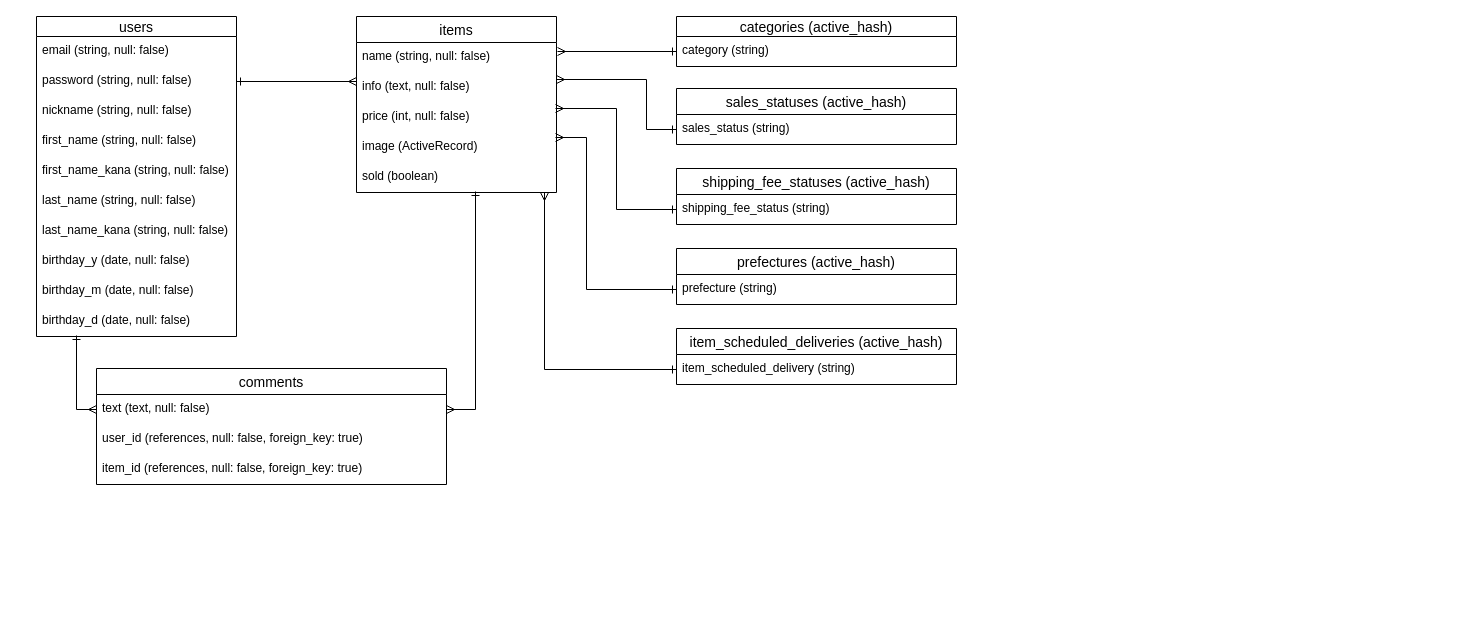
This is ER.drawio from shun915a/furima-32513, a draw.io file, before an edit. Source tidied: cells renumbered, new cells numbered last; positions are measured from the earlier drawing's top-left corner, leaving out a move shared by most shapes. Both pictures are drawn from the tidied source at 100%, with x=0, y=0 at pixel (36, 16).
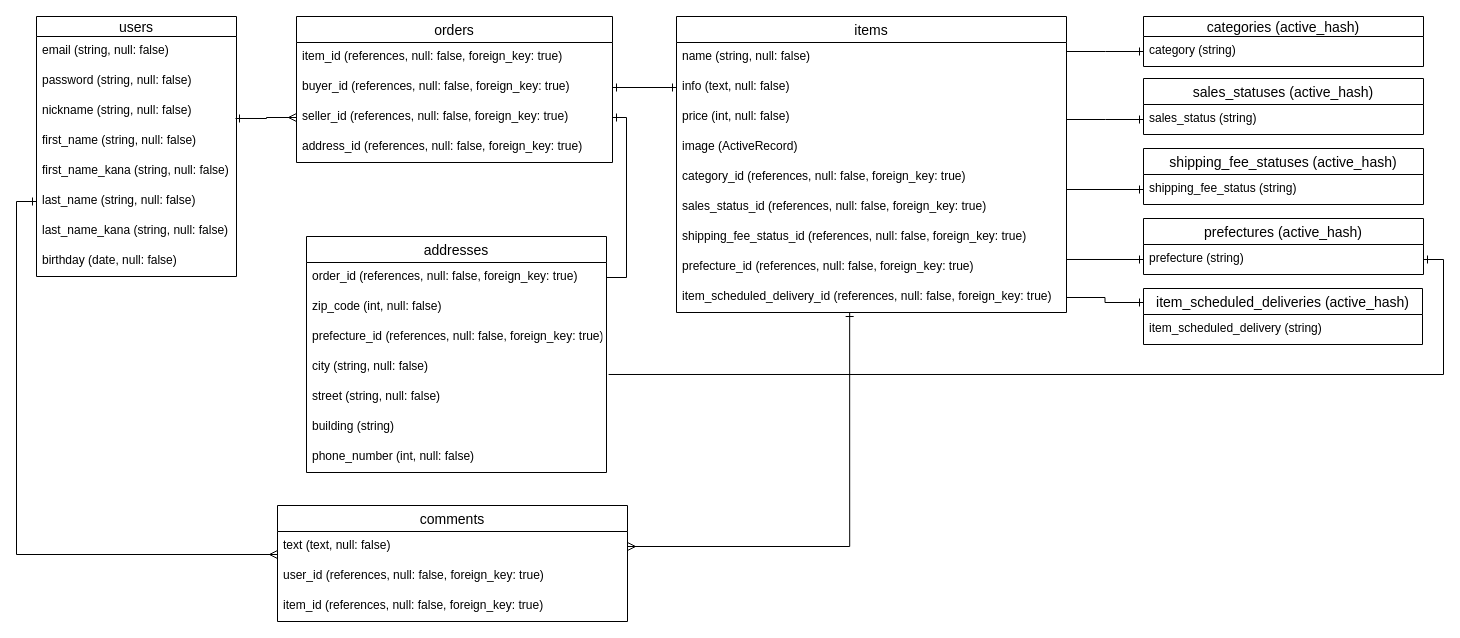
The same page after the edit.

Commit message (it also covers changes not shown here):
orders, addressesテーブルの追加

Unchanged cells that the change refers to:
```xml
<mxCell id="4" value="password (string, null: false)" style="text;strokeColor=none;fillColor=none;spacingLeft=4;spacingRight=4;overflow=hidden;points=[[0,0.5],[1,0.5]];portConstraint=eastwest;fontSize=12;" parent="2" vertex="1">
  <mxGeometry y="50" width="200" height="30" as="geometry" />
</mxCell>
<mxCell id="5" value="nickname (string, null: false)" style="text;strokeColor=none;fillColor=none;spacingLeft=4;spacingRight=4;overflow=hidden;points=[[0,0.5],[1,0.5]];portConstraint=eastwest;fontSize=12;" parent="2" vertex="1">
  <mxGeometry y="80" width="200" height="30" as="geometry" />
</mxCell>
<mxCell id="8" value="last_name (string, null: false)" style="text;strokeColor=none;fillColor=none;spacingLeft=4;spacingRight=4;overflow=hidden;points=[[0,0.5],[1,0.5]];portConstraint=eastwest;fontSize=12;" parent="2" vertex="1">
  <mxGeometry y="170" width="200" height="30" as="geometry" />
</mxCell>
<mxCell id="20" value="text (text, null: false)" style="text;strokeColor=none;fillColor=none;spacingLeft=4;spacingRight=4;overflow=hidden;points=[[0,0.5],[1,0.5]];portConstraint=eastwest;fontSize=12;" parent="19" vertex="1">
  <mxGeometry y="26" width="350" height="30" as="geometry" />
</mxCell>
<mxCell id="24" value="category (string)" style="text;strokeColor=none;fillColor=none;spacingLeft=4;spacingRight=4;overflow=hidden;points=[[0,0.5],[1,0.5]];portConstraint=eastwest;fontSize=12;" parent="23" vertex="1">
  <mxGeometry y="20" width="280" height="30" as="geometry" />
</mxCell>
<mxCell id="26" value="sales_status (string)" style="text;strokeColor=none;fillColor=none;spacingLeft=4;spacingRight=4;overflow=hidden;points=[[0,0.5],[1,0.5]];portConstraint=eastwest;fontSize=12;" parent="25" vertex="1">
  <mxGeometry y="26" width="280" height="30" as="geometry" />
</mxCell>
<mxCell id="28" value="shipping_fee_status (string)" style="text;strokeColor=none;fillColor=none;spacingLeft=4;spacingRight=4;overflow=hidden;points=[[0,0.5],[1,0.5]];portConstraint=eastwest;fontSize=12;" parent="27" vertex="1">
  <mxGeometry y="26" width="280" height="30" as="geometry" />
</mxCell>
<mxCell id="30" value="prefecture (string)" style="text;strokeColor=none;fillColor=none;spacingLeft=4;spacingRight=4;overflow=hidden;points=[[0,0.5],[1,0.5]];portConstraint=eastwest;fontSize=12;" parent="29" vertex="1">
  <mxGeometry y="26" width="280" height="30" as="geometry" />
</mxCell>
```

Change to the diagram source:
```diff
@@
     <mxCell id="2" value="users" style="swimlane;fontStyle=0;horizontal=1;startSize=20;align=center;fontSize=14;" parent="1" vertex="1">
-      <mxGeometry width="200" height="320" as="geometry" />
+      <mxGeometry width="200" height="260" as="geometry" />
     </mxCell>
@@
-    <mxCell id="10" value="birthday_y (date, null: false)" style="text;strokeColor=none;fillColor=none;spacingLeft=4;spacingRight=4;overflow=hidden;fontSize=12;" parent="2" vertex="1">
+    <mxCell id="10" value="birthday (date, null: false)" style="text;strokeColor=none;fillColor=none;spacingLeft=4;spacingRight=4;overflow=hidden;fontSize=12;" parent="2" vertex="1">
       <mxGeometry y="230" width="200" height="30" as="geometry" />
     </mxCell>
-    <mxCell id="11" value="birthday_m (date, null: false)" style="text;strokeColor=none;fillColor=none;spacingLeft=4;spacingRight=4;overflow=hidden;fontSize=12;" parent="2" vertex="1">
-      <mxGeometry y="260" width="200" height="30" as="geometry" />
-    </mxCell>
-    <mxCell id="12" value="birthday_d (date, null: false)" style="text;strokeColor=none;fillColor=none;spacingLeft=4;spacingRight=4;overflow=hidden;points=[[0,0.5],[1,0.5]];portConstraint=eastwest;fontSize=12;" parent="2" vertex="1">
-      <mxGeometry y="290" width="200" height="30" as="geometry" />
-    </mxCell>
     <mxCell id="13" value="items" style="swimlane;fontStyle=0;horizontal=1;startSize=26;align=center;fontSize=14;" parent="1" vertex="1">
-      <mxGeometry x="320" width="200" height="176" as="geometry" />
+      <mxGeometry x="640" width="390" height="296" as="geometry" />
     </mxCell>
     <mxCell id="14" value="name (string, null: false)" style="text;strokeColor=none;fillColor=none;spacingLeft=4;spacingRight=4;overflow=hidden;points=[[0,0.5],[1,0.5]];portConstraint=eastwest;fontSize=12;" parent="13" vertex="1">
-      <mxGeometry y="26" width="200" height="30" as="geometry" />
+      <mxGeometry y="26" width="390" height="30" as="geometry" />
     </mxCell>
     <mxCell id="15" value="info (text, null: false)" style="text;strokeColor=none;fillColor=none;spacingLeft=4;spacingRight=4;overflow=hidden;points=[[0,0.5],[1,0.5]];portConstraint=eastwest;fontSize=12;" parent="13" vertex="1">
-      <mxGeometry y="56" width="200" height="30" as="geometry" />
+      <mxGeometry y="56" width="390" height="30" as="geometry" />
     </mxCell>
     <mxCell id="16" value="price (int, null: false)" style="text;strokeColor=none;fillColor=none;spacingLeft=4;spacingRight=4;overflow=hidden;points=[[0,0.5],[1,0.5]];portConstraint=eastwest;fontSize=12;" parent="13" vertex="1">
-      <mxGeometry y="86" width="200" height="30" as="geometry" />
+      <mxGeometry y="86" width="390" height="30" as="geometry" />
     </mxCell>
     <mxCell id="17" value="image (ActiveRecord)" style="text;strokeColor=none;fillColor=none;spacingLeft=4;spacingRight=4;overflow=hidden;points=[[0,0.5],[1,0.5]];portConstraint=eastwest;fontSize=12;" parent="13" vertex="1">
-      <mxGeometry y="116" width="200" height="30" as="geometry" />
+      <mxGeometry y="116" width="390" height="30" as="geometry" />
     </mxCell>
-    <mxCell id="18" value="sold (boolean)" style="text;strokeColor=none;fillColor=none;spacingLeft=4;spacingRight=4;overflow=hidden;points=[[0,0.5],[1,0.5]];portConstraint=eastwest;fontSize=12;" parent="13" vertex="1">
-      <mxGeometry y="146" width="200" height="30" as="geometry" />
-    </mxCell>
+    <mxCell id="41" value="category_id (references, null: false, foreign_key: true)" style="text;strokeColor=none;fillColor=none;spacingLeft=4;spacingRight=4;overflow=hidden;points=[[0,0.5],[1,0.5]];portConstraint=eastwest;fontSize=12;" parent="13" vertex="1">
+      <mxGeometry y="146" width="390" height="30" as="geometry" />
+    </mxCell>
+    <mxCell id="42" value="sales_status_id (references, null: false, foreign_key: true)" style="text;strokeColor=none;fillColor=none;spacingLeft=4;spacingRight=4;overflow=hidden;fontSize=12;" parent="13" vertex="1">
+      <mxGeometry y="176" width="390" height="30" as="geometry" />
+    </mxCell>
+    <mxCell id="43" value="shipping_fee_status_id (references, null: false, foreign_key: true)" style="text;strokeColor=none;fillColor=none;spacingLeft=4;spacingRight=4;overflow=hidden;fontSize=12;" parent="13" vertex="1">
+      <mxGeometry y="206" width="390" height="30" as="geometry" />
+    </mxCell>
+    <mxCell id="44" value="prefecture_id (references, null: false, foreign_key: true)" style="text;strokeColor=none;fillColor=none;spacingLeft=4;spacingRight=4;overflow=hidden;points=[[0,0.5],[1,0.5]];portConstraint=eastwest;fontSize=12;" parent="13" vertex="1">
+      <mxGeometry y="236" width="390" height="30" as="geometry" />
+    </mxCell>
+    <mxCell id="45" value="item_scheduled_delivery_id (references, null: false, foreign_key: true)" style="text;strokeColor=none;fillColor=none;spacingLeft=4;spacingRight=4;overflow=hidden;points=[[0,0.5],[1,0.5]];portConstraint=eastwest;fontSize=12;" parent="13" vertex="1">
+      <mxGeometry y="266" width="390" height="30" as="geometry" />
+    </mxCell>
     <mxCell id="19" value="comments" style="swimlane;fontStyle=0;horizontal=1;startSize=26;align=center;fontSize=14;" parent="1" vertex="1">
-      <mxGeometry x="60" y="352" width="350" height="116" as="geometry" />
+      <mxGeometry x="241" y="489" width="350" height="116" as="geometry" />
     </mxCell>
@@
     <mxCell id="23" value="categories (active_hash)" style="swimlane;fontStyle=0;horizontal=1;startSize=20;align=center;fontSize=14;" parent="1" vertex="1">
-      <mxGeometry x="640" width="280" height="50" as="geometry" />
+      <mxGeometry x="1107" width="280" height="50" as="geometry" />
     </mxCell>
@@
     <mxCell id="25" value="sales_statuses (active_hash)" style="swimlane;fontStyle=0;horizontal=1;startSize=26;align=center;fontSize=14;" parent="1" vertex="1">
-      <mxGeometry x="640" y="72" width="280" height="56" as="geometry" />
+      <mxGeometry x="1107" y="62" width="280" height="56" as="geometry" />
     </mxCell>
@@
     <mxCell id="27" value="shipping_fee_statuses (active_hash)" style="swimlane;fontStyle=0;horizontal=1;startSize=26;align=center;fontSize=14;" parent="1" vertex="1">
-      <mxGeometry x="640" y="152" width="280" height="56" as="geometry" />
+      <mxGeometry x="1107" y="132" width="280" height="56" as="geometry" />
     </mxCell>
@@
     <mxCell id="29" value="prefectures (active_hash)" style="swimlane;fontStyle=0;horizontal=1;startSize=26;align=center;fontSize=14;" parent="1" vertex="1">
-      <mxGeometry x="640" y="232" width="280" height="56" as="geometry" />
+      <mxGeometry x="1107" y="202" width="280" height="56" as="geometry" />
     </mxCell>
@@
     <mxCell id="31" value="item_scheduled_deliveries (active_hash)" style="swimlane;fontStyle=0;horizontal=1;startSize=26;align=center;fontSize=14;" parent="1" vertex="1">
-      <mxGeometry x="640" y="312" width="280" height="56" as="geometry" />
+      <mxGeometry x="1107" y="272" width="279" height="56" as="geometry" />
     </mxCell>
     <mxCell id="32" value="item_scheduled_delivery (string)" style="text;strokeColor=none;fillColor=none;spacingLeft=4;spacingRight=4;overflow=hidden;points=[[0,0.5],[1,0.5]];portConstraint=eastwest;fontSize=12;" parent="31" vertex="1">
-      <mxGeometry y="26" width="280" height="30" as="geometry" />
+      <mxGeometry y="26" width="279" height="30" as="geometry" />
     </mxCell>
-    <mxCell id="33" style="edgeStyle=orthogonalEdgeStyle;rounded=0;jettySize=auto;html=1;exitX=0;exitY=0.5;exitDx=0;exitDy=0;entryX=1.005;entryY=0.3;entryDx=0;entryDy=0;entryPerimeter=0;startArrow=ERone;startFill=0;endArrow=ERmany;endFill=0;" parent="1" edge="1" source="24" target="14">
-      <mxGeometry relative="1" as="geometry" />
-    </mxCell>
-    <mxCell id="34" style="edgeStyle=orthogonalEdgeStyle;rounded=0;jettySize=auto;html=1;exitX=0;exitY=0.5;exitDx=0;exitDy=0;endArrow=ERmany;endFill=0;startArrow=ERone;startFill=0;" parent="1" edge="1" source="26">
-      <mxGeometry relative="1" as="geometry">
-        <mxPoint x="520" y="63" as="targetPoint" />
-        <Array as="points">
-          <mxPoint x="610" y="113" />
-          <mxPoint x="610" y="63" />
-        </Array>
-      </mxGeometry>
-    </mxCell>
-    <mxCell id="35" style="edgeStyle=orthogonalEdgeStyle;rounded=0;jettySize=auto;html=1;exitX=0;exitY=0.5;exitDx=0;exitDy=0;entryX=0.995;entryY=0.2;entryDx=0;entryDy=0;entryPerimeter=0;endArrow=ERmany;endFill=0;startArrow=ERone;startFill=0;" parent="1" edge="1" source="28" target="16">
-      <mxGeometry relative="1" as="geometry" />
-    </mxCell>
-    <mxCell id="36" style="edgeStyle=orthogonalEdgeStyle;rounded=0;jettySize=auto;html=1;exitX=0;exitY=0.5;exitDx=0;exitDy=0;entryX=0.995;entryY=0.167;entryDx=0;entryDy=0;entryPerimeter=0;endArrow=ERmany;endFill=0;startArrow=ERone;startFill=0;" parent="1" edge="1" source="30" target="17">
-      <mxGeometry relative="1" as="geometry">
-        <Array as="points">
-          <mxPoint x="550" y="273" />
-          <mxPoint x="550" y="121" />
-        </Array>
-      </mxGeometry>
-    </mxCell>
-    <mxCell id="37" style="edgeStyle=orthogonalEdgeStyle;rounded=0;jettySize=auto;html=1;exitX=0;exitY=0.5;exitDx=0;exitDy=0;entryX=0.94;entryY=1;entryDx=0;entryDy=0;entryPerimeter=0;endArrow=ERmany;endFill=0;startArrow=ERone;startFill=0;" parent="1" edge="1" source="32" target="18">
-      <mxGeometry relative="1" as="geometry" />
-    </mxCell>
-    <mxCell id="38" style="edgeStyle=orthogonalEdgeStyle;rounded=0;jettySize=auto;html=1;exitX=1;exitY=0.5;exitDx=0;exitDy=0;entryX=0;entryY=0.3;entryDx=0;entryDy=0;entryPerimeter=0;startArrow=ERone;startFill=0;endArrow=ERmany;endFill=0;" parent="1" edge="1" source="4" target="15">
-      <mxGeometry relative="1" as="geometry" />
-    </mxCell>
-    <mxCell id="39" style="edgeStyle=orthogonalEdgeStyle;rounded=0;jettySize=auto;html=1;exitX=0;exitY=0.5;exitDx=0;exitDy=0;entryX=0.2;entryY=0.967;entryDx=0;entryDy=0;entryPerimeter=0;startArrow=ERmany;startFill=0;endArrow=ERone;endFill=0;" parent="1" edge="1" source="20" target="12">
-      <mxGeometry relative="1" as="geometry" />
-    </mxCell>
-    <mxCell id="40" style="edgeStyle=orthogonalEdgeStyle;rounded=0;jettySize=auto;html=1;exitX=1;exitY=0.5;exitDx=0;exitDy=0;entryX=0.595;entryY=0.967;entryDx=0;entryDy=0;entryPerimeter=0;startArrow=ERmany;startFill=0;endArrow=ERone;endFill=0;" parent="1" edge="1" source="20" target="18">
-      <mxGeometry relative="1" as="geometry" />
-    </mxCell>
+    <mxCell id="46" value="orders" style="swimlane;fontStyle=0;horizontal=1;startSize=26;align=center;fontSize=14;" parent="1" vertex="1">
+      <mxGeometry x="260" width="316" height="146" as="geometry" />
+    </mxCell>
+    <mxCell id="47" value="item_id (references, null: false, foreign_key: true)" style="text;strokeColor=none;fillColor=none;spacingLeft=4;spacingRight=4;overflow=hidden;fontSize=12;" parent="46" vertex="1">
+      <mxGeometry y="26" width="316" height="30" as="geometry" />
+    </mxCell>
+    <mxCell id="48" value="buyer_id (references, null: false, foreign_key: true)" style="text;strokeColor=none;fillColor=none;spacingLeft=4;spacingRight=4;overflow=hidden;points=[[0,0.5],[1,0.5]];portConstraint=eastwest;fontSize=12;" parent="46" vertex="1">
+      <mxGeometry y="56" width="316" height="30" as="geometry" />
+    </mxCell>
+    <mxCell id="49" value="seller_id (references, null: false, foreign_key: true)" style="text;strokeColor=none;fillColor=none;spacingLeft=4;spacingRight=4;overflow=hidden;points=[[0,0.5],[1,0.5]];portConstraint=eastwest;fontSize=12;" parent="46" vertex="1">
+      <mxGeometry y="86" width="316" height="30" as="geometry" />
+    </mxCell>
+    <mxCell id="50" value="address_id (references, null: false, foreign_key: true)" style="text;strokeColor=none;fillColor=none;spacingLeft=4;spacingRight=4;overflow=hidden;fontSize=12;" parent="46" vertex="1">
+      <mxGeometry y="116" width="316" height="30" as="geometry" />
+    </mxCell>
+    <mxCell id="51" value="addresses" style="swimlane;fontStyle=0;horizontal=1;startSize=26;align=center;fontSize=14;" parent="1" vertex="1">
+      <mxGeometry x="270" y="220" width="300" height="236" as="geometry" />
+    </mxCell>
+    <mxCell id="52" value="order_id (references, null: false, foreign_key: true)" style="text;strokeColor=none;fillColor=none;spacingLeft=4;spacingRight=4;overflow=hidden;points=[[0,0.5],[1,0.5]];portConstraint=eastwest;fontSize=12;" parent="51" vertex="1">
+      <mxGeometry y="26" width="300" height="30" as="geometry" />
+    </mxCell>
+    <mxCell id="53" value="zip_code (int, null: false)" style="text;strokeColor=none;fillColor=none;spacingLeft=4;spacingRight=4;overflow=hidden;fontSize=12;" parent="51" vertex="1">
+      <mxGeometry y="56" width="300" height="30" as="geometry" />
+    </mxCell>
+    <mxCell id="54" value="prefecture_id (references, null: false, foreign_key: true)" style="text;strokeColor=none;fillColor=none;spacingLeft=4;spacingRight=4;overflow=hidden;fontSize=12;" parent="51" vertex="1">
+      <mxGeometry y="86" width="300" height="30" as="geometry" />
+    </mxCell>
+    <mxCell id="55" value="city (string, null: false)" style="text;strokeColor=none;fillColor=none;spacingLeft=4;spacingRight=4;overflow=hidden;points=[[0,0.5],[1,0.5]];portConstraint=eastwest;fontSize=12;" parent="51" vertex="1">
+      <mxGeometry y="116" width="300" height="30" as="geometry" />
+    </mxCell>
+    <mxCell id="56" value="street (string, null: false)" style="text;strokeColor=none;fillColor=none;spacingLeft=4;spacingRight=4;overflow=hidden;fontSize=12;" parent="51" vertex="1">
+      <mxGeometry y="146" width="300" height="30" as="geometry" />
+    </mxCell>
+    <mxCell id="57" value="building (string)" style="text;strokeColor=none;fillColor=none;spacingLeft=4;spacingRight=4;overflow=hidden;fontSize=12;" parent="51" vertex="1">
+      <mxGeometry y="176" width="300" height="30" as="geometry" />
+    </mxCell>
+    <mxCell id="58" value="phone_number (int, null: false)" style="text;strokeColor=none;fillColor=none;spacingLeft=4;spacingRight=4;overflow=hidden;fontSize=12;" parent="51" vertex="1">
+      <mxGeometry y="206" width="300" height="30" as="geometry" />
+    </mxCell>
+    <mxCell id="59" style="edgeStyle=orthogonalEdgeStyle;rounded=0;jettySize=auto;html=1;exitX=0;exitY=0.5;exitDx=0;exitDy=0;entryX=0;entryY=0.767;entryDx=0;entryDy=0;entryPerimeter=0;endArrow=ERmany;endFill=0;startArrow=ERone;startFill=0;" parent="1" edge="1" source="8" target="20">
+      <mxGeometry relative="1" as="geometry" />
+    </mxCell>
+    <mxCell id="60" style="edgeStyle=orthogonalEdgeStyle;rounded=0;jettySize=auto;html=1;exitX=0;exitY=0.5;exitDx=0;exitDy=0;startArrow=ERone;startFill=0;endArrow=none;endFill=0;" parent="1" edge="1" source="24">
+      <mxGeometry relative="1" as="geometry">
+        <mxPoint x="1030" y="35" as="targetPoint" />
+      </mxGeometry>
+    </mxCell>
+    <mxCell id="61" style="edgeStyle=orthogonalEdgeStyle;rounded=0;jettySize=auto;html=1;exitX=0;exitY=0.5;exitDx=0;exitDy=0;startArrow=ERone;startFill=0;endArrow=none;endFill=0;" parent="1" edge="1" source="26">
+      <mxGeometry relative="1" as="geometry">
+        <mxPoint x="1030" y="103" as="targetPoint" />
+      </mxGeometry>
+    </mxCell>
+    <mxCell id="62" style="edgeStyle=orthogonalEdgeStyle;rounded=0;jettySize=auto;html=1;exitX=0;exitY=0.5;exitDx=0;exitDy=0;entryX=1;entryY=0.9;entryDx=0;entryDy=0;entryPerimeter=0;startArrow=ERone;startFill=0;endArrow=none;endFill=0;" parent="1" edge="1" source="28" target="41">
+      <mxGeometry relative="1" as="geometry" />
+    </mxCell>
+    <mxCell id="63" style="edgeStyle=orthogonalEdgeStyle;rounded=0;jettySize=auto;html=1;exitX=0;exitY=0.5;exitDx=0;exitDy=0;entryX=1;entryY=0.233;entryDx=0;entryDy=0;entryPerimeter=0;startArrow=ERone;startFill=0;endArrow=none;endFill=0;" parent="1" edge="1" source="30" target="44">
+      <mxGeometry relative="1" as="geometry" />
+    </mxCell>
+    <mxCell id="64" style="edgeStyle=orthogonalEdgeStyle;rounded=0;jettySize=auto;html=1;exitX=0;exitY=0.25;exitDx=0;exitDy=0;startArrow=ERone;startFill=0;endArrow=none;endFill=0;entryX=1;entryY=0.5;entryDx=0;entryDy=0;" parent="1" edge="1" source="31" target="45">
+      <mxGeometry relative="1" as="geometry" />
+    </mxCell>
+    <mxCell id="65" style="edgeStyle=orthogonalEdgeStyle;rounded=0;jettySize=auto;html=1;exitX=1;exitY=0.5;exitDx=0;exitDy=0;entryX=1;entryY=0.5;entryDx=0;entryDy=0;startArrow=none;startFill=0;endArrow=ERone;endFill=0;" parent="1" edge="1" source="52" target="49">
+      <mxGeometry relative="1" as="geometry" />
+    </mxCell>
+    <mxCell id="66" style="edgeStyle=orthogonalEdgeStyle;rounded=0;jettySize=auto;html=1;exitX=0;exitY=0.5;exitDx=0;exitDy=0;startArrow=ERone;startFill=0;endArrow=ERone;endFill=0;entryX=1;entryY=0.5;entryDx=0;entryDy=0;" parent="1" edge="1" source="15" target="48">
+      <mxGeometry relative="1" as="geometry" />
+    </mxCell>
+    <mxCell id="67" style="edgeStyle=orthogonalEdgeStyle;rounded=0;jettySize=auto;html=1;exitX=0;exitY=0.5;exitDx=0;exitDy=0;startArrow=ERmany;startFill=0;endArrow=ERone;endFill=0;entryX=0.995;entryY=0.733;entryDx=0;entryDy=0;entryPerimeter=0;" parent="1" edge="1" source="49" target="5">
+      <mxGeometry relative="1" as="geometry" />
+    </mxCell>
+    <mxCell id="68" style="edgeStyle=orthogonalEdgeStyle;rounded=0;jettySize=auto;html=1;entryX=1.007;entryY=0.733;entryDx=0;entryDy=0;entryPerimeter=0;startArrow=ERone;startFill=0;endArrow=none;endFill=0;exitX=1;exitY=0.5;exitDx=0;exitDy=0;" parent="1" edge="1" source="30" target="55">
+      <mxGeometry relative="1" as="geometry" />
+    </mxCell>
+    <mxCell id="69" style="edgeStyle=orthogonalEdgeStyle;rounded=0;jettySize=auto;html=1;exitX=1;exitY=0.5;exitDx=0;exitDy=0;entryX=0.444;entryY=1;entryDx=0;entryDy=0;entryPerimeter=0;startArrow=ERmany;startFill=0;endArrow=ERone;endFill=0;" parent="1" edge="1" source="20" target="45">
+      <mxGeometry relative="1" as="geometry" />
+    </mxCell>
```
